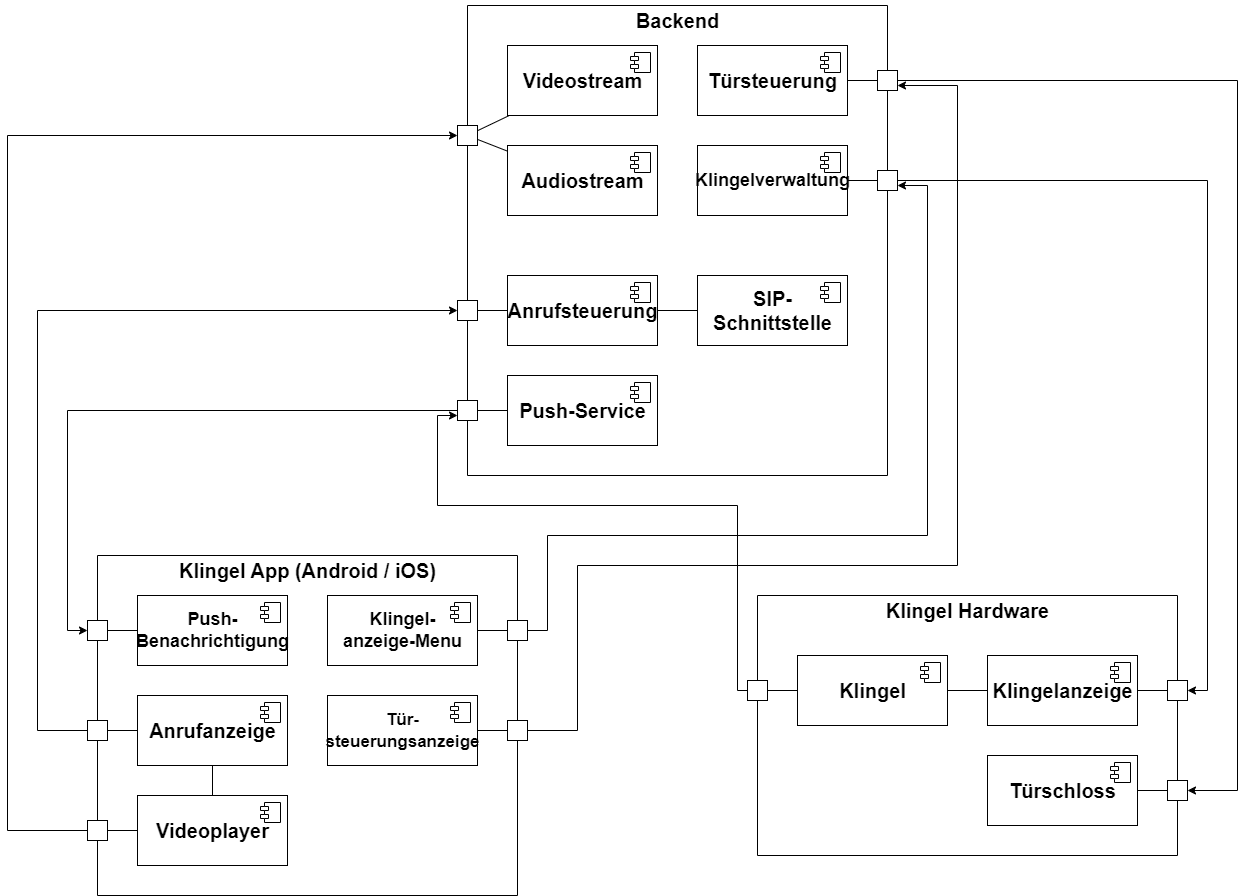
Earlier version of the draw.io export Semesterprojekt/assets/img/Komponentendiagramm.png (WHS-SWT-P35-WiSe22-23/praktikum). Source tidied: cells renumbered, new cells last; positions are measured from the earlier drawing's top-left corner, leaving out a move shared by most shapes.
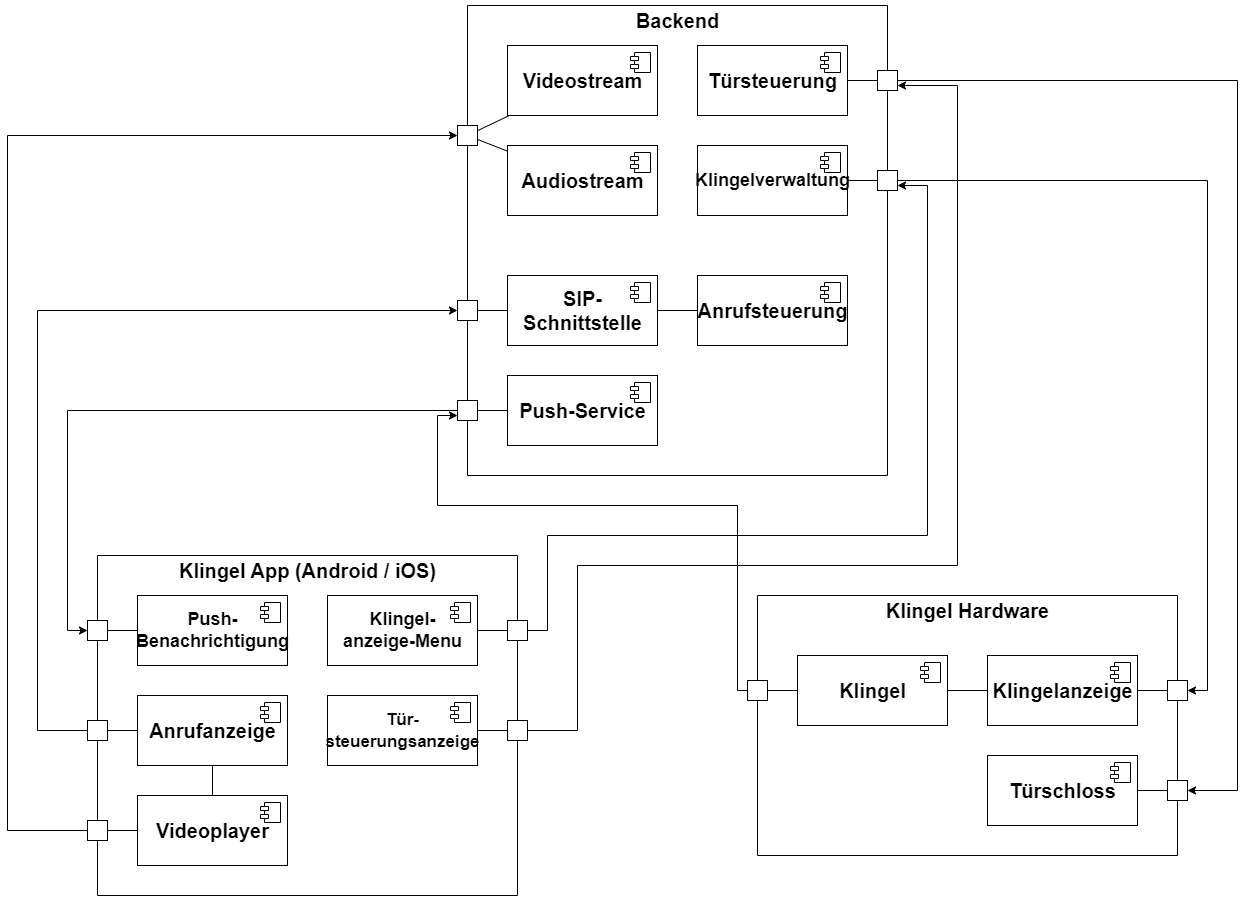
The same diagram one commit later.

Change to the diagram source:
```diff
@@ -38,7 +38,7 @@
         <mxPoint x="-27" y="7" as="offset" />
       </mxGeometry>
     </mxCell>
-    <mxCell id="12" value="SIP-&lt;br&gt;Schnittstelle" style="html=1;rounded=0;labelBackgroundColor=none;fontStyle=1;fontSize=20;" parent="2" vertex="1">
+    <mxCell id="12" value="Anrufsteuerung" style="html=1;rounded=0;labelBackgroundColor=none;fontStyle=1;fontSize=20;" parent="2" vertex="1">
       <mxGeometry x="230" y="270" width="150" height="70" as="geometry" />
     </mxCell>
     <mxCell id="13" style="shape=module;jettyWidth=8;jettyHeight=4;rounded=0;labelBackgroundColor=none;" parent="12" vertex="1">
@@ -60,7 +60,7 @@
     <mxCell id="17" style="edgeStyle=none;rounded=0;jettySize=auto;html=1;entryX=1;entryY=0.5;entryDx=0;entryDy=0;endArrow=none;endFill=0;" parent="2" edge="1" source="18" target="23">
       <mxGeometry relative="1" as="geometry" />
     </mxCell>
-    <mxCell id="18" value="Anrufsteuerung" style="html=1;rounded=0;labelBackgroundColor=none;fontStyle=1;fontSize=20;" parent="2" vertex="1">
+    <mxCell id="18" value="SIP-&lt;br&gt;Schnittstelle" style="html=1;rounded=0;labelBackgroundColor=none;fontStyle=1;fontSize=20;" parent="2" vertex="1">
       <mxGeometry x="40" y="270" width="150" height="70" as="geometry" />
     </mxCell>
     <mxCell id="19" style="shape=module;jettyWidth=8;jettyHeight=4;rounded=0;labelBackgroundColor=none;" parent="18" vertex="1">
```
